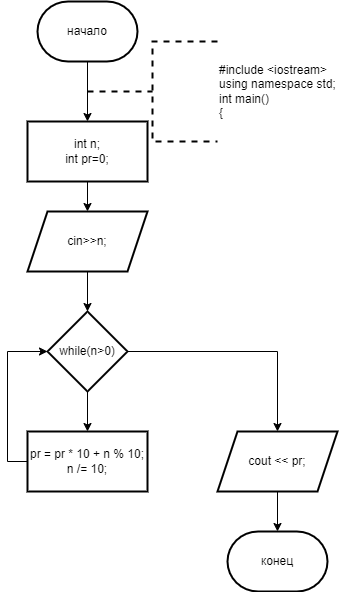
ksinph/PSTU_LABS_2023 keeps this draw.io diagram as 2_18.drawio.png. Above is the earlier version. Source tidied: cells renumbered, new cells last; positions are measured from the earlier drawing's top-left corner, leaving out a move shared by most shapes. Source of this version:
```xml
<mxGraphModel>
  <root>
    <mxCell id="0" />
    <mxCell id="1" parent="0" />
    <mxCell id="2" style="edgeStyle=orthogonalEdgeStyle;rounded=0;jettySize=auto;html=1;" parent="1" edge="1" source="3" target="5">
      <mxGeometry relative="1" as="geometry" />
    </mxCell>
    <mxCell id="3" value="начало" style="strokeWidth=2;html=1;shape=mxgraph.flowchart.terminator;whiteSpace=wrap;" parent="1" vertex="1">
      <mxGeometry x="10" width="100" height="60" as="geometry" />
    </mxCell>
    <mxCell id="4" style="edgeStyle=orthogonalEdgeStyle;rounded=0;jettySize=auto;html=1;" parent="1" edge="1" source="5" target="7">
      <mxGeometry relative="1" as="geometry" />
    </mxCell>
    <mxCell id="5" value="int n;&lt;br&gt;int pr=0;" style="whiteSpace=wrap;html=1;strokeWidth=2;" parent="1" vertex="1">
      <mxGeometry y="120" width="120" height="60" as="geometry" />
    </mxCell>
    <mxCell id="6" style="edgeStyle=orthogonalEdgeStyle;rounded=0;jettySize=auto;html=1;" parent="1" edge="1" source="7" target="10">
      <mxGeometry relative="1" as="geometry" />
    </mxCell>
    <mxCell id="7" value="cin&amp;gt;&amp;gt;n;" style="shape=parallelogram;perimeter=parallelogramPerimeter;whiteSpace=wrap;html=1;fixedSize=1;strokeWidth=2;" parent="1" vertex="1">
      <mxGeometry y="210" width="120" height="60" as="geometry" />
    </mxCell>
    <mxCell id="8" style="edgeStyle=orthogonalEdgeStyle;rounded=0;jettySize=auto;html=1;" parent="1" edge="1" source="10" target="12">
      <mxGeometry relative="1" as="geometry" />
    </mxCell>
    <mxCell id="9" style="edgeStyle=orthogonalEdgeStyle;rounded=0;jettySize=auto;html=1;" parent="1" edge="1" source="10" target="13">
      <mxGeometry relative="1" as="geometry" />
    </mxCell>
    <mxCell id="10" value="while(n&amp;gt;0)" style="rhombus;whiteSpace=wrap;html=1;strokeWidth=2;" parent="1" vertex="1">
      <mxGeometry x="20" y="310" width="80" height="80" as="geometry" />
    </mxCell>
    <mxCell id="11" style="edgeStyle=orthogonalEdgeStyle;rounded=0;jettySize=auto;html=1;exitX=0;exitY=0.5;exitDx=0;exitDy=0;entryX=0;entryY=0.5;entryDx=0;entryDy=0;" parent="1" edge="1" source="12" target="10">
      <mxGeometry relative="1" as="geometry" />
    </mxCell>
    <mxCell id="12" value="&lt;div&gt;pr = pr * 10 + n % 10;&lt;/div&gt;&lt;div&gt;n /= 10;&lt;/div&gt;" style="whiteSpace=wrap;html=1;strokeWidth=2;" parent="1" vertex="1">
      <mxGeometry y="430" width="120" height="60" as="geometry" />
    </mxCell>
    <mxCell id="13" value="cout &amp;lt;&amp;lt; pr;" style="shape=parallelogram;perimeter=parallelogramPerimeter;whiteSpace=wrap;html=1;fixedSize=1;strokeWidth=2;" parent="1" vertex="1">
      <mxGeometry x="190" y="430" width="120" height="60" as="geometry" />
    </mxCell>
    <mxCell id="14" value="конец" style="strokeWidth=2;html=1;shape=mxgraph.flowchart.terminator;whiteSpace=wrap;" parent="1" vertex="1">
      <mxGeometry x="200" y="530" width="100" height="60" as="geometry" />
    </mxCell>
    <mxCell id="15" style="edgeStyle=orthogonalEdgeStyle;rounded=0;jettySize=auto;html=1;exitX=0.5;exitY=1;exitDx=0;exitDy=0;entryX=0.5;entryY=0;entryDx=0;entryDy=0;entryPerimeter=0;" parent="1" edge="1" source="13" target="14">
      <mxGeometry relative="1" as="geometry" />
    </mxCell>
    <mxCell id="16" value="&lt;div&gt;#include &amp;lt;iostream&amp;gt;&lt;/div&gt;&lt;div&gt;using namespace std;&lt;/div&gt;&lt;div&gt;int main()&lt;/div&gt;&lt;div&gt;{&lt;/div&gt;" style="strokeWidth=2;html=1;shape=mxgraph.flowchart.annotation_2;align=left;labelPosition=right;dashed=1;" parent="1" vertex="1">
      <mxGeometry x="60" y="40" width="130" height="100" as="geometry" />
    </mxCell>
  </root>
</mxGraphModel>
```
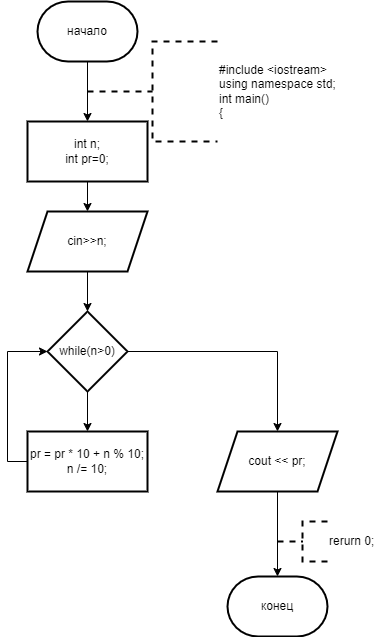
Later version of the same file.

What changed in the source:
```diff
@@ -39,7 +39,7 @@
       <mxGeometry x="190" y="430" width="120" height="60" as="geometry" />
     </mxCell>
     <mxCell id="14" value="конец" style="strokeWidth=2;html=1;shape=mxgraph.flowchart.terminator;whiteSpace=wrap;" parent="1" vertex="1">
-      <mxGeometry x="200" y="530" width="100" height="60" as="geometry" />
+      <mxGeometry x="200" y="575" width="100" height="60" as="geometry" />
     </mxCell>
     <mxCell id="15" style="edgeStyle=orthogonalEdgeStyle;rounded=0;jettySize=auto;html=1;exitX=0.5;exitY=1;exitDx=0;exitDy=0;entryX=0.5;entryY=0;entryDx=0;entryDy=0;entryPerimeter=0;" parent="1" edge="1" source="13" target="14">
       <mxGeometry relative="1" as="geometry" />
@@ -47,5 +47,8 @@
     <mxCell id="16" value="&lt;div&gt;#include &amp;lt;iostream&amp;gt;&lt;/div&gt;&lt;div&gt;using namespace std;&lt;/div&gt;&lt;div&gt;int main()&lt;/div&gt;&lt;div&gt;{&lt;/div&gt;" style="strokeWidth=2;html=1;shape=mxgraph.flowchart.annotation_2;align=left;labelPosition=right;dashed=1;" parent="1" vertex="1">
       <mxGeometry x="60" y="40" width="130" height="100" as="geometry" />
     </mxCell>
+    <mxCell id="17" value="rerurn 0;" style="strokeWidth=2;html=1;shape=mxgraph.flowchart.annotation_2;align=left;labelPosition=right;dashed=1;" parent="1" vertex="1">
+      <mxGeometry x="250" y="520" width="50" height="40" as="geometry" />
+    </mxCell>
   </root>
 </mxGraphModel>
```
